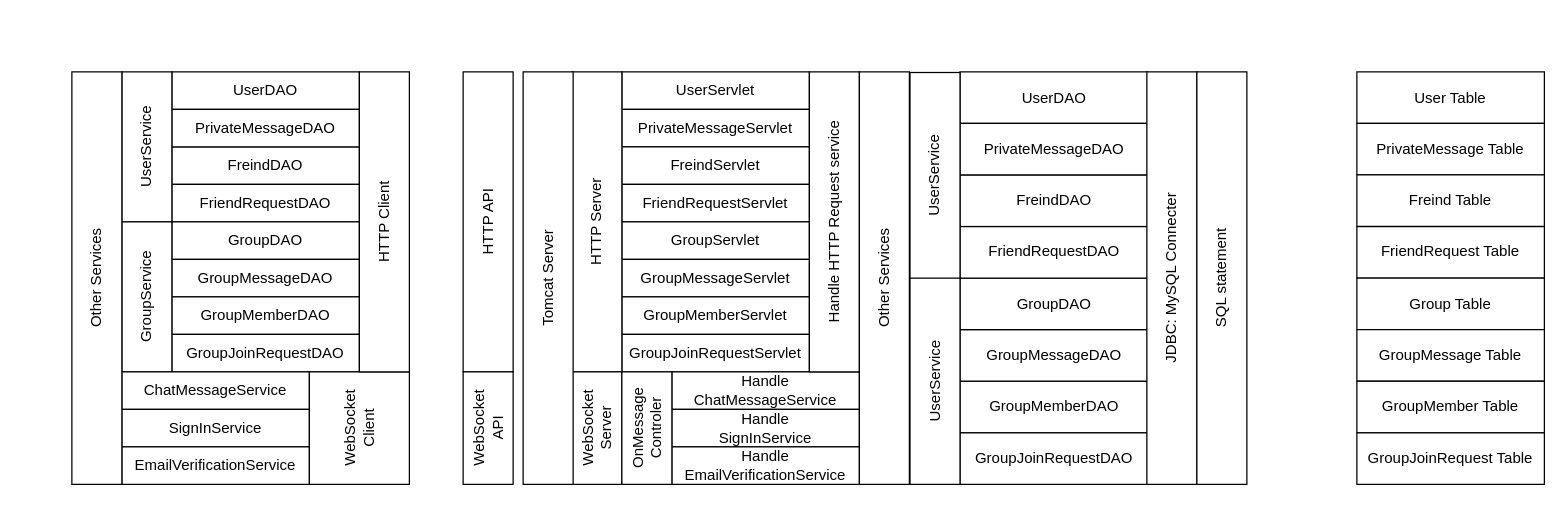
Before: doc/结构图.drawio in 0X5A0X480X52/my_qq_client, a draw.io diagram. Source tidied: cells renumbered, new cells numbered last; positions are measured from the earlier drawing's top-left corner, leaving out a move shared by most shapes. Both pictures are drawn from the tidied source at 125%, with x=0, y=0 at pixel (-110, 71).
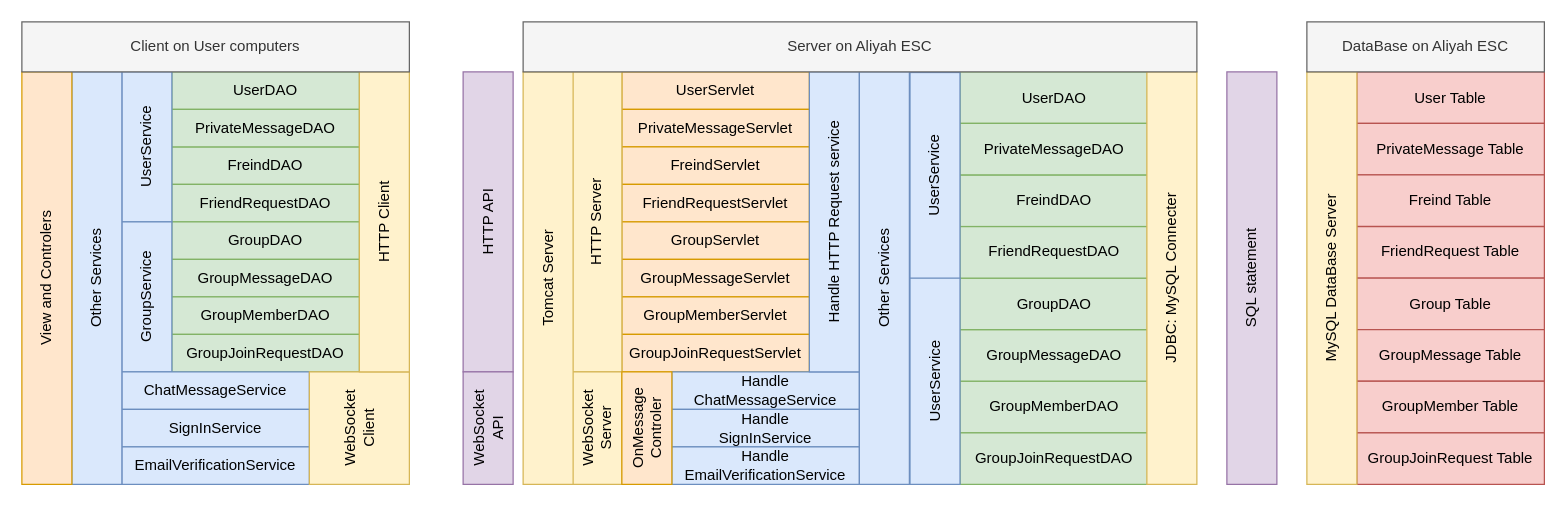
Above is the later version.

Commit message (it also covers changes not shown here):
更新结构图.drawio

What changed in the source:
```diff
@@
-    <mxCell id="2" value="UserDAO" style="rounded=0;whiteSpace=wrap;html=1;" parent="1" vertex="1">
+    <mxCell id="2" value="UserDAO" style="rounded=0;whiteSpace=wrap;html=1;fillColor=#d5e8d4;strokeColor=#82b366;" parent="1" vertex="1">
       <mxGeometry x="225" width="150" height="30" as="geometry" />
     </mxCell>
-    <mxCell id="3" value="FreindDAO" style="rounded=0;whiteSpace=wrap;html=1;" parent="1" vertex="1">
+    <mxCell id="3" value="FreindDAO" style="rounded=0;whiteSpace=wrap;html=1;fillColor=#d5e8d4;strokeColor=#82b366;" parent="1" vertex="1">
       <mxGeometry x="225" y="60" width="150" height="30" as="geometry" />
     </mxCell>
-    <mxCell id="4" value="PrivateMessageDAO" style="rounded=0;whiteSpace=wrap;html=1;" parent="1" vertex="1">
+    <mxCell id="4" value="PrivateMessageDAO" style="rounded=0;whiteSpace=wrap;html=1;fillColor=#d5e8d4;strokeColor=#82b366;" parent="1" vertex="1">
       <mxGeometry x="225" y="30" width="150" height="30" as="geometry" />
     </mxCell>
-    <mxCell id="5" value="FriendRequestDAO" style="rounded=0;whiteSpace=wrap;html=1;" parent="1" vertex="1">
+    <mxCell id="5" value="FriendRequestDAO" style="rounded=0;whiteSpace=wrap;html=1;fillColor=#d5e8d4;strokeColor=#82b366;" parent="1" vertex="1">
       <mxGeometry x="225" y="90" width="150" height="30" as="geometry" />
     </mxCell>
-    <mxCell id="6" value="GroupDAO" style="rounded=0;whiteSpace=wrap;html=1;" parent="1" vertex="1">
+    <mxCell id="6" value="GroupDAO" style="rounded=0;whiteSpace=wrap;html=1;fillColor=#d5e8d4;strokeColor=#82b366;" parent="1" vertex="1">
       <mxGeometry x="225" y="120" width="150" height="30" as="geometry" />
     </mxCell>
-    <mxCell id="7" value="GroupMessageDAO" style="rounded=0;whiteSpace=wrap;html=1;" parent="1" vertex="1">
+    <mxCell id="7" value="GroupMessageDAO" style="rounded=0;whiteSpace=wrap;html=1;fillColor=#d5e8d4;strokeColor=#82b366;" parent="1" vertex="1">
       <mxGeometry x="225" y="150" width="150" height="30" as="geometry" />
     </mxCell>
-    <mxCell id="8" value="GroupMemberDAO" style="rounded=0;whiteSpace=wrap;html=1;" parent="1" vertex="1">
+    <mxCell id="8" value="GroupMemberDAO" style="rounded=0;whiteSpace=wrap;html=1;fillColor=#d5e8d4;strokeColor=#82b366;" parent="1" vertex="1">
       <mxGeometry x="225" y="180" width="150" height="30" as="geometry" />
     </mxCell>
-    <mxCell id="9" value="GroupJoinRequestDAO" style="rounded=0;whiteSpace=wrap;html=1;" parent="1" vertex="1">
+    <mxCell id="9" value="GroupJoinRequestDAO" style="rounded=0;whiteSpace=wrap;html=1;fillColor=#d5e8d4;strokeColor=#82b366;" parent="1" vertex="1">
       <mxGeometry x="225" y="210" width="150" height="30" as="geometry" />
     </mxCell>
-    <mxCell id="10" value="UserService" style="rounded=0;whiteSpace=wrap;html=1;rotation=-90;" parent="1" vertex="1">
+    <mxCell id="10" value="UserService" style="rounded=0;whiteSpace=wrap;html=1;rotation=-90;fillColor=#dae8fc;strokeColor=#6c8ebf;" parent="1" vertex="1">
       <mxGeometry x="145" y="40" width="120" height="40" as="geometry" />
     </mxCell>
-    <mxCell id="11" value="GroupService" style="rounded=0;whiteSpace=wrap;html=1;rotation=-90;" parent="1" vertex="1">
+    <mxCell id="11" value="GroupService" style="rounded=0;whiteSpace=wrap;html=1;rotation=-90;fillColor=#dae8fc;strokeColor=#6c8ebf;" parent="1" vertex="1">
       <mxGeometry x="145" y="160" width="120" height="40" as="geometry" />
     </mxCell>
-    <mxCell id="12" value="UserServlet" style="rounded=0;whiteSpace=wrap;html=1;" parent="1" vertex="1">
+    <mxCell id="12" value="UserServlet" style="rounded=0;whiteSpace=wrap;html=1;fillColor=#ffe6cc;strokeColor=#d79b00;" parent="1" vertex="1">
       <mxGeometry x="585" width="150" height="30" as="geometry" />
     </mxCell>
-    <mxCell id="13" value="PrivateMessageServlet" style="rounded=0;whiteSpace=wrap;html=1;" parent="1" vertex="1">
+    <mxCell id="13" value="PrivateMessageServlet" style="rounded=0;whiteSpace=wrap;html=1;fillColor=#ffe6cc;strokeColor=#d79b00;" parent="1" vertex="1">
       <mxGeometry x="585" y="30" width="150" height="30" as="geometry" />
     </mxCell>
-    <mxCell id="14" value="FreindServlet" style="rounded=0;whiteSpace=wrap;html=1;" parent="1" vertex="1">
+    <mxCell id="14" value="FreindServlet" style="rounded=0;whiteSpace=wrap;html=1;fillColor=#ffe6cc;strokeColor=#d79b00;" parent="1" vertex="1">
       <mxGeometry x="585" y="60" width="150" height="30" as="geometry" />
     </mxCell>
-    <mxCell id="15" value="FriendRequestServlet" style="rounded=0;whiteSpace=wrap;html=1;" parent="1" vertex="1">
+    <mxCell id="15" value="FriendRequestServlet" style="rounded=0;whiteSpace=wrap;html=1;fillColor=#ffe6cc;strokeColor=#d79b00;" parent="1" vertex="1">
       <mxGeometry x="585" y="90" width="150" height="30" as="geometry" />
     </mxCell>
-    <mxCell id="16" value="GroupServlet" style="rounded=0;whiteSpace=wrap;html=1;" parent="1" vertex="1">
+    <mxCell id="16" value="GroupServlet" style="rounded=0;whiteSpace=wrap;html=1;fillColor=#ffe6cc;strokeColor=#d79b00;" parent="1" vertex="1">
       <mxGeometry x="585" y="120" width="150" height="30" as="geometry" />
     </mxCell>
-    <mxCell id="17" value="GroupMessageServlet" style="rounded=0;whiteSpace=wrap;html=1;" parent="1" vertex="1">
+    <mxCell id="17" value="GroupMessageServlet" style="rounded=0;whiteSpace=wrap;html=1;fillColor=#ffe6cc;strokeColor=#d79b00;" parent="1" vertex="1">
       <mxGeometry x="585" y="150" width="150" height="30" as="geometry" />
     </mxCell>
-    <mxCell id="18" value="GroupMemberServlet" style="rounded=0;whiteSpace=wrap;html=1;" parent="1" vertex="1">
+    <mxCell id="18" value="GroupMemberServlet" style="rounded=0;whiteSpace=wrap;html=1;fillColor=#ffe6cc;strokeColor=#d79b00;" parent="1" vertex="1">
       <mxGeometry x="585" y="180" width="150" height="30" as="geometry" />
     </mxCell>
-    <mxCell id="19" value="GroupJoinRequestServlet" style="rounded=0;whiteSpace=wrap;html=1;" parent="1" vertex="1">
+    <mxCell id="19" value="GroupJoinRequestServlet" style="rounded=0;whiteSpace=wrap;html=1;fillColor=#ffe6cc;strokeColor=#d79b00;" parent="1" vertex="1">
       <mxGeometry x="585" y="210" width="150" height="30" as="geometry" />
     </mxCell>
-    <mxCell id="20" value="HTTP API" style="rounded=0;whiteSpace=wrap;html=1;rotation=-90;" parent="1" vertex="1">
+    <mxCell id="20" value="HTTP API" style="rounded=0;whiteSpace=wrap;html=1;rotation=-90;fillColor=#e1d5e7;strokeColor=#9673a6;" parent="1" vertex="1">
       <mxGeometry x="358" y="100" width="240" height="40" as="geometry" />
     </mxCell>
-    <mxCell id="21" value="ChatMessageService" style="rounded=0;whiteSpace=wrap;html=1;" parent="1" vertex="1">
+    <mxCell id="21" value="ChatMessageService" style="rounded=0;whiteSpace=wrap;html=1;fillColor=#dae8fc;strokeColor=#6c8ebf;" parent="1" vertex="1">
       <mxGeometry x="185" y="240" width="150" height="30" as="geometry" />
     </mxCell>
-    <mxCell id="22" value="SignInService" style="rounded=0;whiteSpace=wrap;html=1;" parent="1" vertex="1">
+    <mxCell id="22" value="SignInService" style="rounded=0;whiteSpace=wrap;html=1;fillColor=#dae8fc;strokeColor=#6c8ebf;" parent="1" vertex="1">
       <mxGeometry x="185" y="270" width="150" height="30" as="geometry" />
     </mxCell>
-    <mxCell id="23" value="EmailVerificationService" style="rounded=0;whiteSpace=wrap;html=1;" parent="1" vertex="1">
+    <mxCell id="23" value="EmailVerificationService" style="rounded=0;whiteSpace=wrap;html=1;fillColor=#dae8fc;strokeColor=#6c8ebf;" parent="1" vertex="1">
       <mxGeometry x="185" y="300" width="150" height="30" as="geometry" />
     </mxCell>
-    <mxCell id="24" value="WebSocket&lt;div&gt;Client&lt;/div&gt;" style="rounded=0;whiteSpace=wrap;html=1;rotation=-90;" parent="1" vertex="1">
+    <mxCell id="24" value="WebSocket&lt;div&gt;Client&lt;/div&gt;" style="rounded=0;whiteSpace=wrap;html=1;rotation=-90;fillColor=#fff2cc;strokeColor=#d6b656;" parent="1" vertex="1">
       <mxGeometry x="330" y="245" width="90" height="80" as="geometry" />
     </mxCell>
-    <mxCell id="25" value="WebSocket&lt;div&gt;API&lt;/div&gt;" style="rounded=0;whiteSpace=wrap;html=1;rotation=-90;" parent="1" vertex="1">
+    <mxCell id="25" value="WebSocket&lt;div&gt;API&lt;/div&gt;" style="rounded=0;whiteSpace=wrap;html=1;rotation=-90;fillColor=#e1d5e7;strokeColor=#9673a6;" parent="1" vertex="1">
       <mxGeometry x="433" y="265" width="90" height="40" as="geometry" />
     </mxCell>
-    <mxCell id="26" value="HTTP Client" style="rounded=0;whiteSpace=wrap;html=1;rotation=-90;" parent="1" vertex="1">
+    <mxCell id="26" value="HTTP Client" style="rounded=0;whiteSpace=wrap;html=1;rotation=-90;fillColor=#fff2cc;strokeColor=#d6b656;" parent="1" vertex="1">
       <mxGeometry x="275" y="100" width="240" height="40" as="geometry" />
     </mxCell>
-    <mxCell id="27" value="HTTP Server" style="rounded=0;whiteSpace=wrap;html=1;rotation=-90;" parent="1" vertex="1">
+    <mxCell id="27" value="HTTP Server" style="rounded=0;whiteSpace=wrap;html=1;rotation=-90;fillColor=#fff2cc;strokeColor=#d6b656;" parent="1" vertex="1">
       <mxGeometry x="445" y="100" width="240" height="40" as="geometry" />
     </mxCell>
-    <mxCell id="28" value="WebSocket&lt;div&gt;Server&lt;/div&gt;" style="rounded=0;whiteSpace=wrap;html=1;rotation=-90;" parent="1" vertex="1">
+    <mxCell id="28" value="WebSocket&lt;div&gt;Server&lt;/div&gt;" style="rounded=0;whiteSpace=wrap;html=1;rotation=-90;fillColor=#fff2cc;strokeColor=#d6b656;" parent="1" vertex="1">
       <mxGeometry x="520" y="265" width="90" height="40" as="geometry" />
     </mxCell>
-    <mxCell id="29" value="Handle ChatMessageService" style="rounded=0;whiteSpace=wrap;html=1;" parent="1" vertex="1">
+    <mxCell id="29" value="Handle ChatMessageService" style="rounded=0;whiteSpace=wrap;html=1;fillColor=#dae8fc;strokeColor=#6c8ebf;" parent="1" vertex="1">
       <mxGeometry x="625" y="240" width="150" height="30" as="geometry" />
     </mxCell>
-    <mxCell id="30" value="&lt;div&gt;Handle&lt;/div&gt;SignInService" style="rounded=0;whiteSpace=wrap;html=1;" parent="1" vertex="1">
+    <mxCell id="30" value="&lt;div&gt;Handle&lt;/div&gt;SignInService" style="rounded=0;whiteSpace=wrap;html=1;fillColor=#dae8fc;strokeColor=#6c8ebf;" parent="1" vertex="1">
       <mxGeometry x="625" y="270" width="150" height="30" as="geometry" />
     </mxCell>
-    <mxCell id="31" value="&lt;div&gt;Handle&lt;/div&gt;EmailVerificationService" style="rounded=0;whiteSpace=wrap;html=1;" parent="1" vertex="1">
+    <mxCell id="31" value="&lt;div&gt;Handle&lt;/div&gt;EmailVerificationService" style="rounded=0;whiteSpace=wrap;html=1;fillColor=#dae8fc;strokeColor=#6c8ebf;" parent="1" vertex="1">
       <mxGeometry x="625" y="300" width="150" height="30" as="geometry" />
     </mxCell>
-    <mxCell id="32" value="Handle HTTP Request service" style="rounded=0;whiteSpace=wrap;html=1;rotation=-90;" parent="1" vertex="1">
+    <mxCell id="32" value="Handle HTTP Request service" style="rounded=0;whiteSpace=wrap;html=1;rotation=-90;fillColor=#dae8fc;strokeColor=#6c8ebf;" parent="1" vertex="1">
       <mxGeometry x="635" y="100" width="240" height="40" as="geometry" />
     </mxCell>
-    <mxCell id="33" value="OnMessage&lt;div&gt;Controler&lt;/div&gt;" style="rounded=0;whiteSpace=wrap;html=1;rotation=-90;" parent="1" vertex="1">
+    <mxCell id="33" value="OnMessage&lt;div&gt;Controler&lt;/div&gt;" style="rounded=0;whiteSpace=wrap;html=1;rotation=-90;fillColor=#ffe6cc;strokeColor=#d79b00;" parent="1" vertex="1">
       <mxGeometry x="560" y="265" width="90" height="40" as="geometry" />
     </mxCell>
-    <mxCell id="34" value="GroupMemberDAO" style="rounded=0;whiteSpace=wrap;html=1;" parent="1" vertex="1">
+    <mxCell id="34" value="GroupMemberDAO" style="rounded=0;whiteSpace=wrap;html=1;fillColor=#d5e8d4;strokeColor=#82b366;" parent="1" vertex="1">
       <mxGeometry x="855.5" y="247.5" width="150" height="41.2" as="geometry" />
     </mxCell>
-    <mxCell id="35" value="FreindDAO" style="rounded=0;whiteSpace=wrap;html=1;" parent="1" vertex="1">
+    <mxCell id="35" value="FreindDAO" style="rounded=0;whiteSpace=wrap;html=1;fillColor=#d5e8d4;strokeColor=#82b366;" parent="1" vertex="1">
       <mxGeometry x="855.5" y="82.5" width="150" height="41.2" as="geometry" />
     </mxCell>
-    <mxCell id="36" value="GroupMessageDAO" style="rounded=0;whiteSpace=wrap;html=1;" parent="1" vertex="1">
+    <mxCell id="36" value="GroupMessageDAO" style="rounded=0;whiteSpace=wrap;html=1;fillColor=#d5e8d4;strokeColor=#82b366;" parent="1" vertex="1">
       <mxGeometry x="855.5" y="206.2" width="150" height="41.2" as="geometry" />
     </mxCell>
-    <mxCell id="37" value="GroupDAO" style="rounded=0;whiteSpace=wrap;html=1;" parent="1" vertex="1">
+    <mxCell id="37" value="GroupDAO" style="rounded=0;whiteSpace=wrap;html=1;fillColor=#d5e8d4;strokeColor=#82b366;" parent="1" vertex="1">
       <mxGeometry x="855.5" y="165" width="150" height="41.2" as="geometry" />
     </mxCell>
-    <mxCell id="38" value="FriendRequestDAO" style="rounded=0;whiteSpace=wrap;html=1;" parent="1" vertex="1">
+    <mxCell id="38" value="FriendRequestDAO" style="rounded=0;whiteSpace=wrap;html=1;fillColor=#d5e8d4;strokeColor=#82b366;" parent="1" vertex="1">
       <mxGeometry x="855.5" y="123.8" width="150" height="41.2" as="geometry" />
     </mxCell>
-    <mxCell id="39" value="UserDAO" style="rounded=0;whiteSpace=wrap;html=1;" parent="1" vertex="1">
+    <mxCell id="39" value="UserDAO" style="rounded=0;whiteSpace=wrap;html=1;fillColor=#d5e8d4;strokeColor=#82b366;" parent="1" vertex="1">
       <mxGeometry x="855.5" width="150" height="41.2" as="geometry" />
     </mxCell>
-    <mxCell id="40" value="PrivateMessageDAO" style="rounded=0;whiteSpace=wrap;html=1;" parent="1" vertex="1">
+    <mxCell id="40" value="PrivateMessageDAO" style="rounded=0;whiteSpace=wrap;html=1;fillColor=#d5e8d4;strokeColor=#82b366;" parent="1" vertex="1">
       <mxGeometry x="855.5" y="41.2" width="150" height="41.2" as="geometry" />
     </mxCell>
-    <mxCell id="41" value="GroupJoinRequestDAO" style="rounded=0;whiteSpace=wrap;html=1;" parent="1" vertex="1">
+    <mxCell id="41" value="GroupJoinRequestDAO" style="rounded=0;whiteSpace=wrap;html=1;fillColor=#d5e8d4;strokeColor=#82b366;" parent="1" vertex="1">
       <mxGeometry x="855.5" y="288.8" width="150" height="41.2" as="geometry" />
     </mxCell>
-    <mxCell id="42" value="UserService" style="rounded=0;whiteSpace=wrap;html=1;rotation=-90;" parent="1" vertex="1">
+    <mxCell id="42" value="UserService" style="rounded=0;whiteSpace=wrap;html=1;rotation=-90;fillColor=#dae8fc;strokeColor=#6c8ebf;" parent="1" vertex="1">
       <mxGeometry x="753" y="63" width="165" height="40" as="geometry" />
     </mxCell>
-    <mxCell id="43" value="UserService" style="rounded=0;whiteSpace=wrap;html=1;rotation=-90;" parent="1" vertex="1">
+    <mxCell id="43" value="UserService" style="rounded=0;whiteSpace=wrap;html=1;rotation=-90;fillColor=#dae8fc;strokeColor=#6c8ebf;" parent="1" vertex="1">
       <mxGeometry x="753" y="227.5" width="165" height="40" as="geometry" />
     </mxCell>
-    <mxCell id="44" value="Other Services" style="rounded=0;whiteSpace=wrap;html=1;rotation=-90;" parent="1" vertex="1">
+    <mxCell id="44" value="Other Services" style="rounded=0;whiteSpace=wrap;html=1;rotation=-90;fillColor=#dae8fc;strokeColor=#6c8ebf;" parent="1" vertex="1">
       <mxGeometry x="630" y="145" width="330" height="40" as="geometry" />
     </mxCell>
-    <mxCell id="45" value="JDBC: MySQL Connecter" style="rounded=0;whiteSpace=wrap;html=1;rotation=-90;" parent="1" vertex="1">
+    <mxCell id="45" value="JDBC: MySQL Connecter" style="rounded=0;whiteSpace=wrap;html=1;rotation=-90;fillColor=#fff2cc;strokeColor=#d6b656;" parent="1" vertex="1">
       <mxGeometry x="860" y="145" width="330" height="40" as="geometry" />
     </mxCell>
-    <mxCell id="46" value="User Table" style="rounded=0;whiteSpace=wrap;html=1;" parent="1" vertex="1">
+    <mxCell id="46" value="User Table" style="rounded=0;whiteSpace=wrap;html=1;fillColor=#f8cecc;strokeColor=#b85450;" parent="1" vertex="1">
       <mxGeometry x="1173" width="150" height="41.2" as="geometry" />
     </mxCell>
-    <mxCell id="47" value="PrivateMessage Table" style="rounded=0;whiteSpace=wrap;html=1;" parent="1" vertex="1">
+    <mxCell id="47" value="PrivateMessage Table" style="rounded=0;whiteSpace=wrap;html=1;fillColor=#f8cecc;strokeColor=#b85450;" parent="1" vertex="1">
       <mxGeometry x="1173" y="41.2" width="150" height="41.2" as="geometry" />
     </mxCell>
-    <mxCell id="48" value="Freind Table" style="rounded=0;whiteSpace=wrap;html=1;" parent="1" vertex="1">
+    <mxCell id="48" value="Freind Table" style="rounded=0;whiteSpace=wrap;html=1;fillColor=#f8cecc;strokeColor=#b85450;" parent="1" vertex="1">
       <mxGeometry x="1173" y="82.4" width="150" height="41.2" as="geometry" />
     </mxCell>
-    <mxCell id="49" value="FriendRequest Table" style="rounded=0;whiteSpace=wrap;html=1;" parent="1" vertex="1">
+    <mxCell id="49" value="FriendRequest Table" style="rounded=0;whiteSpace=wrap;html=1;fillColor=#f8cecc;strokeColor=#b85450;" parent="1" vertex="1">
       <mxGeometry x="1173" y="123.8" width="150" height="41.2" as="geometry" />
     </mxCell>
-    <mxCell id="50" value="Group Table" style="rounded=0;whiteSpace=wrap;html=1;" parent="1" vertex="1">
+    <mxCell id="50" value="Group Table" style="rounded=0;whiteSpace=wrap;html=1;fillColor=#f8cecc;strokeColor=#b85450;" parent="1" vertex="1">
       <mxGeometry x="1173" y="165" width="150" height="41.2" as="geometry" />
     </mxCell>
-    <mxCell id="51" value="GroupMessage Table" style="rounded=0;whiteSpace=wrap;html=1;" parent="1" vertex="1">
+    <mxCell id="51" value="GroupMessage Table" style="rounded=0;whiteSpace=wrap;html=1;fillColor=#f8cecc;strokeColor=#b85450;" parent="1" vertex="1">
       <mxGeometry x="1173" y="206.2" width="150" height="41.2" as="geometry" />
     </mxCell>
-    <mxCell id="52" value="GroupMember Table" style="rounded=0;whiteSpace=wrap;html=1;" parent="1" vertex="1">
+    <mxCell id="52" value="GroupMember Table" style="rounded=0;whiteSpace=wrap;html=1;fillColor=#f8cecc;strokeColor=#b85450;" parent="1" vertex="1">
       <mxGeometry x="1173" y="247.5" width="150" height="41.2" as="geometry" />
     </mxCell>
-    <mxCell id="53" value="GroupJoinRequest Table" style="rounded=0;whiteSpace=wrap;html=1;" parent="1" vertex="1">
+    <mxCell id="53" value="GroupJoinRequest Table" style="rounded=0;whiteSpace=wrap;html=1;fillColor=#f8cecc;strokeColor=#b85450;" parent="1" vertex="1">
       <mxGeometry x="1173" y="288.8" width="150" height="41.2" as="geometry" />
     </mxCell>
-    <mxCell id="54" value="Tomcat Server" style="rounded=0;whiteSpace=wrap;html=1;rotation=-90;" parent="1" vertex="1">
+    <mxCell id="54" value="Tomcat Server" style="rounded=0;whiteSpace=wrap;html=1;rotation=-90;fillColor=#fff2cc;strokeColor=#d6b656;" parent="1" vertex="1">
       <mxGeometry x="361" y="145" width="330" height="40" as="geometry" />
     </mxCell>
-    <mxCell id="55" value="Other Services" style="rounded=0;whiteSpace=wrap;html=1;rotation=-90;" parent="1" vertex="1">
+    <mxCell id="55" value="Other Services" style="rounded=0;whiteSpace=wrap;html=1;rotation=-90;fillColor=#dae8fc;strokeColor=#6c8ebf;" parent="1" vertex="1">
       <mxGeometry y="145" width="330" height="40" as="geometry" />
     </mxCell>
-    <mxCell id="56" value="SQL statement" style="rounded=0;whiteSpace=wrap;html=1;rotation=-90;" parent="1" vertex="1">
-      <mxGeometry x="900" y="145" width="330" height="40" as="geometry" />
+    <mxCell id="56" value="SQL statement" style="rounded=0;whiteSpace=wrap;html=1;rotation=-90;fillColor=#e1d5e7;strokeColor=#9673a6;" parent="1" vertex="1">
+      <mxGeometry x="924" y="145" width="330" height="40" as="geometry" />
     </mxCell>
+    <mxCell id="57" value="MySQL DataBase Server" style="rounded=0;whiteSpace=wrap;html=1;rotation=-90;fillColor=#fff2cc;strokeColor=#d6b656;" parent="1" vertex="1">
+      <mxGeometry x="988" y="145" width="330" height="40" as="geometry" />
+    </mxCell>
+    <mxCell id="58" value="View and Controlers" style="rounded=0;whiteSpace=wrap;html=1;rotation=-90;fillColor=#ffe6cc;strokeColor=#d79b00;" parent="1" vertex="1">
+      <mxGeometry x="-40" y="145" width="330" height="40" as="geometry" />
+    </mxCell>
+    <mxCell id="59" value="Client on User computers" style="rounded=0;whiteSpace=wrap;html=1;fillColor=#f5f5f5;fontColor=#333333;strokeColor=#666666;" parent="1" vertex="1">
+      <mxGeometry x="105" y="-40" width="310" height="40" as="geometry" />
+    </mxCell>
+    <mxCell id="60" value="Server on Aliyah ESC" style="rounded=0;whiteSpace=wrap;html=1;fillColor=#f5f5f5;fontColor=#333333;strokeColor=#666666;" parent="1" vertex="1">
+      <mxGeometry x="506" y="-40" width="539" height="40" as="geometry" />
+    </mxCell>
+    <mxCell id="61" value="DataBase on Aliyah ESC" style="rounded=0;whiteSpace=wrap;html=1;fillColor=#f5f5f5;fontColor=#333333;strokeColor=#666666;" parent="1" vertex="1">
+      <mxGeometry x="1133" y="-40" width="190" height="40" as="geometry" />
+    </mxCell>
```
